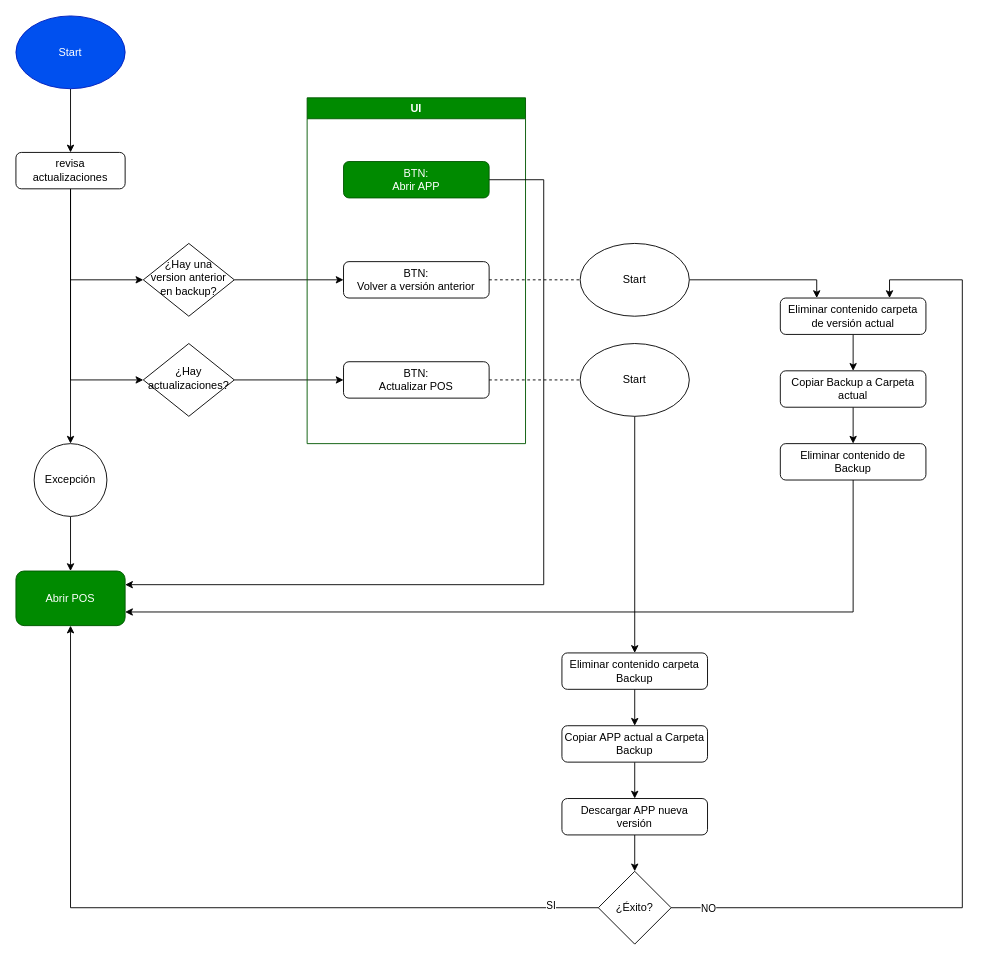
The draw.io diagram documentation/flujo_launcher.drawio in Cesar073/POS-Launcher, before the edit. Source tidied: cells renumbered, new cells numbered last; positions are measured from the earlier drawing's top-left corner, leaving out a move shared by most shapes. Both pictures are drawn from the tidied source at 91%, with x=0, y=0 at pixel (15, 15).
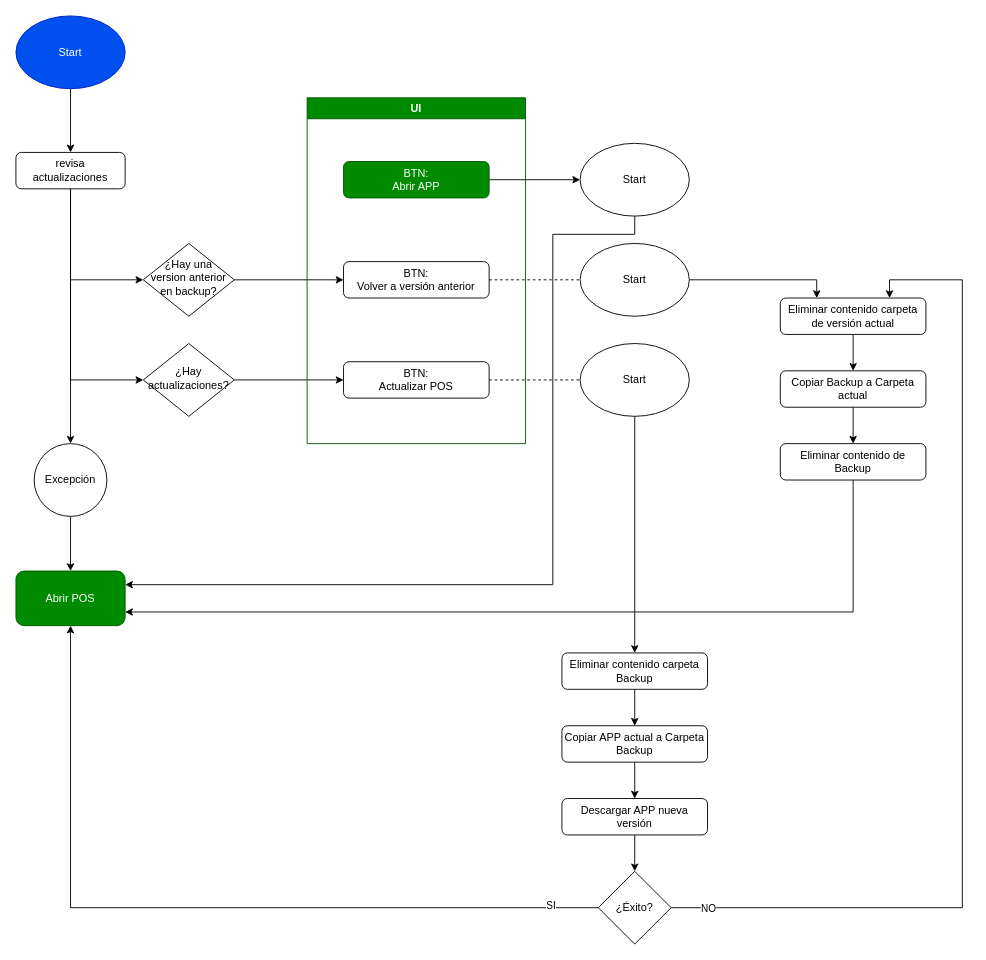
Above is the later version.

The change refers to these unchanged cells:
```xml
<mxCell id="10" value="Abrir POS" style="rounded=1;whiteSpace=wrap;html=1;fontSize=12;glass=0;strokeWidth=1;shadow=0;strokeColor=#005700;align=center;verticalAlign=middle;fontFamily=Helvetica;fontColor=light-dark(#FFFFFF,#FFFFFF);fillColor=light-dark(#008A00,#002C00);" parent="1" vertex="1">
  <mxGeometry y="610" width="120" height="60" as="geometry" />
</mxCell>
<mxCell id="14" value="BTN:&lt;br&gt;Abrir APP" style="rounded=1;whiteSpace=wrap;html=1;fontSize=12;glass=0;strokeWidth=1;shadow=0;fillColor=light-dark(#008A00,#002C00);fontColor=light-dark(#FFFFFF,#FFFFFF);strokeColor=#005700;" parent="13" vertex="1">
  <mxGeometry x="40" y="70" width="160" height="40" as="geometry" />
</mxCell>
```

What changed in the source:
```diff
@@
-    <mxCell id="28" style="edgeStyle=orthogonalEdgeStyle;rounded=0;jettySize=auto;html=1;entryX=1;entryY=0.25;entryDx=0;entryDy=0;" parent="1" edge="1" source="14" target="10">
-      <mxGeometry relative="1" as="geometry">
-        <Array as="points">
-          <mxPoint x="580" y="180" />
-          <mxPoint x="580" y="625" />
-        </Array>
-      </mxGeometry>
-    </mxCell>
@@
+    <mxCell id="43" style="edgeStyle=orthogonalEdgeStyle;rounded=0;jettySize=auto;html=1;entryX=1;entryY=0.25;entryDx=0;entryDy=0;" parent="1" edge="1" source="44" target="10">
+      <mxGeometry relative="1" as="geometry">
+        <Array as="points">
+          <mxPoint x="680" y="240" />
+          <mxPoint x="590" y="240" />
+          <mxPoint x="590" y="625" />
+        </Array>
+      </mxGeometry>
+    </mxCell>
+    <mxCell id="44" value="Start" style="ellipse;whiteSpace=wrap;html=1;fillColor=light-dark(#FFFFFF,#0000CC);" parent="1" vertex="1">
+      <mxGeometry x="620" y="140" width="120" height="80" as="geometry" />
+    </mxCell>
+    <mxCell id="45" style="edgeStyle=orthogonalEdgeStyle;rounded=0;jettySize=auto;html=1;" parent="1" edge="1" source="14" target="44">
+      <mxGeometry relative="1" as="geometry" />
+    </mxCell>
```
